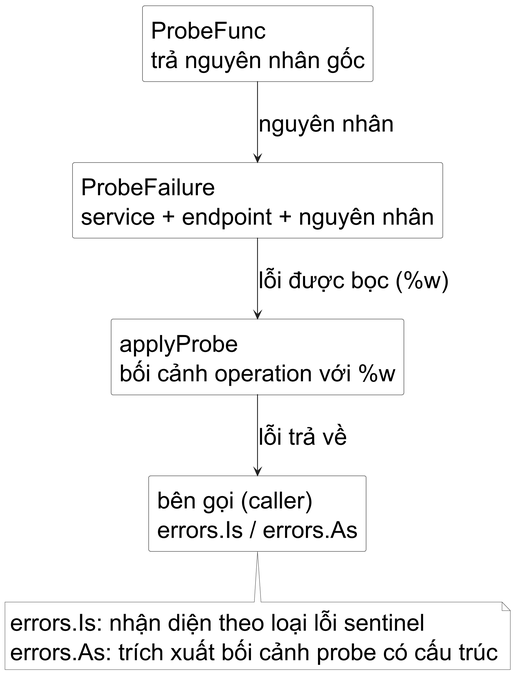
The PlantUML diagram assets/diagrams/error-boundary-trace.png in Minhlike/Golang, before a commit.
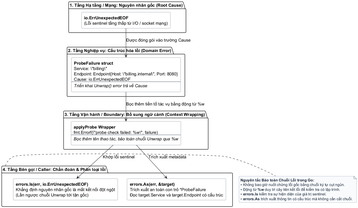
Above is the later version.

What changed in the source:
```diff
@@ -1,32 +1,54 @@
 @startuml
-skinparamlocked dpi 300
 skinparam backgroundColor #FFFFFF
 skinparam defaultFontName "Source Sans 3"
-skinparam defaultFontSize 28
+skinparam defaultFontSize 16
 skinparam shadowing false
+skinparam roundCorner 6
+skinparam arrowColor #222222
+skinparam arrowThickness 1.2
+
 skinparam rectangle {
   BackgroundColor #FFFFFF
-  BorderColor #222222
+  BorderColor #334155
   FontColor #000000
 }
+
 skinparam note {
-  BackgroundColor #FFFFFF
-  BorderColor #555555
-  FontColor #000000
+  BackgroundColor #F8FAFC
+  BorderColor #64748B
+  FontColor #1E293B
+  FontSize 14
 }
-skinparam ArrowColor #222222
+
 top to bottom direction
 
-rectangle "ProbeFunc\ntrả nguyên nhân gốc" as run
-rectangle "ProbeFailure\nservice + endpoint + nguyên nhân" as failure
-rectangle "applyProbe\nbối cảnh operation với %w" as boundary
-rectangle "bên gọi (caller)\nerrors.Is / errors.As" as caller
+package "1. Tầng Hạ tầng / Mạng: Nguyên nhân gốc (Root Cause)" as l1 {
+  rectangle "<b>io.ErrUnexpectedEOF</b>\n(Lỗi sentinel tầng thấp từ I/O / socket mạng)" as root_err
+}
 
-run -down-> failure : nguyên nhân
-failure -down-> boundary : lỗi được bọc (%w)
-boundary -down-> caller : lỗi trả về
-note bottom of caller
-errors.Is: nhận diện theo loại lỗi sentinel
-errors.As: trích xuất bối cảnh probe có cấu trúc
+package "2. Tầng Nghiệp vụ: Cấu trúc hóa lỗi (Domain Error)" as l2 {
+  rectangle "<b>ProbeFailure struct</b>\nService: \"billing\"\nEndpoint: Endpoint{Host: \"billing.internal\", Port: 8080}\nCause: io.ErrUnexpectedEOF\n--\n<i>Triển khai Unwrap() error trả về Cause</i>" as domain_err
+}
+
+package "3. Tầng Vận hành / Boundary: Bổ sung ngữ cảnh (Context Wrapping)" as l3 {
+  rectangle "<b>applyProbe Wrapper</b>\nfmt.Errorf(\"probe check failed: %w\", failure)\n--\n<i>Bọc thêm tên thao tác, bảo toàn chuỗi Unwrap qua %w</i>" as wrap_err
+}
+
+package "4. Tầng Bên gọi / Caller: Chẩn đoán & Phân loại lỗi" as l4 {
+  rectangle "<b>errors.Is(err, io.ErrUnexpectedEOF)</b>\nKhẳng định nguyên nhân gốc là mất kết nối đột ngột\n(Lần ngược chuỗi Unwrap tới tận gốc)" as is_check
+  rectangle "<b>errors.As(err, &target)</b>\nTrích xuất an toàn con trỏ *ProbeFailure\nĐọc target.Service và target.Endpoint có cấu trúc" as as_check
+}
+
+root_err -down-> domain_err : Được đóng gói vào trường Cause
+domain_err -down-> wrap_err : Bọc thêm tiền tố tác vụ bằng động từ %w
+wrap_err -down-> is_check : Khớp lỗi sentinel
+wrap_err -down-> as_check : Trích xuất metadata
+
+note right of l4
+  <b>Nguyên tắc Bảo toàn Chuỗi Lỗi trong Go:</b>
+  • Không bao giờ nuốt chửng lỗi gốc bằng chuỗi ký tự cụt ngủn.
+  • Động từ <b>%w</b> duy trì cây liên kết lỗi để kiểm tra có lập trình.
+  • <b>errors.Is</b> kiểm tra sự hiện diện của giá trị sentinel.
+  • <b>errors.As</b> trích xuất thông tin có cấu trúc mà không cần cắt chuỗi.
 end note
 @enduml
```
